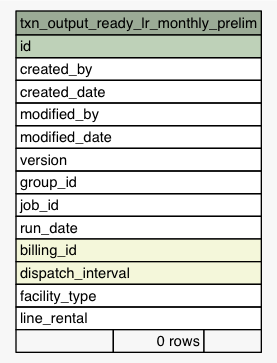
Above: Data/settlement/diagrams/summary/txn_output_ready_lr_monthly_prelim.1degree.png in eyana-m/python-data-dictionary-writer (Graphviz), before the change. Its source is kept beside it as Data/settlement/diagrams/summary/txn_output_ready_lr_monthly_prelim.1degree.dot. Its diagram source:
```dot
digraph "txn_output_ready_lr_monthly_prelim" {
  graph [
    rankdir="RL"
    bgcolor="#f7f7f7"
    nodesep="0.18"
    ranksep="0.46"
    fontname="Helvetica"
    fontsize="11"
  ];
  node [
    fontname="Helvetica"
    fontsize="11"
    shape="plaintext"
  ];
  edge [
    arrowsize="0.8"
  ];
  "txn_output_ready_lr_monthly_prelim" [
    label=<
    <TABLE BORDER="0" CELLBORDER="1" CELLSPACING="0" BGCOLOR="#ffffff">
      <TR><TD COLSPAN="3" BGCOLOR="#9bab96" ALIGN="CENTER">txn_output_ready_lr_monthly_prelim</TD></TR>
      <TR><TD PORT="id" COLSPAN="3" BGCOLOR="#bed1b8" ALIGN="LEFT">id</TD></TR>
      <TR><TD PORT="created_by" COLSPAN="3" ALIGN="LEFT">created_by</TD></TR>
      <TR><TD PORT="created_date" COLSPAN="3" ALIGN="LEFT">created_date</TD></TR>
      <TR><TD PORT="modified_by" COLSPAN="3" ALIGN="LEFT">modified_by</TD></TR>
      <TR><TD PORT="modified_date" COLSPAN="3" ALIGN="LEFT">modified_date</TD></TR>
      <TR><TD PORT="version" COLSPAN="3" ALIGN="LEFT">version</TD></TR>
      <TR><TD PORT="group_id" COLSPAN="3" ALIGN="LEFT">group_id</TD></TR>
      <TR><TD PORT="job_id" COLSPAN="3" ALIGN="LEFT">job_id</TD></TR>
      <TR><TD PORT="run_date" COLSPAN="3" ALIGN="LEFT">run_date</TD></TR>
      <TR><TD PORT="billing_id" COLSPAN="3" BGCOLOR="#f4f7da" ALIGN="LEFT">billing_id</TD></TR>
      <TR><TD PORT="dispatch_interval" COLSPAN="3" BGCOLOR="#f4f7da" ALIGN="LEFT">dispatch_interval</TD></TR>
      <TR><TD PORT="facility_type" COLSPAN="3" ALIGN="LEFT">facility_type</TD></TR>
      <TR><TD PORT="line_rental" COLSPAN="3" ALIGN="LEFT">line_rental</TD></TR>
      <TR><TD ALIGN="LEFT" BGCOLOR="#f7f7f7">  </TD><TD ALIGN="RIGHT" BGCOLOR="#f7f7f7">0 rows</TD><TD ALIGN="RIGHT" BGCOLOR="#f7f7f7">  </TD></TR>
    </TABLE>>
    URL="tables/txn_output_ready_lr_monthly_prelim.html"
    tooltip="txn_output_ready_lr_monthly_prelim"
  ];
}
```
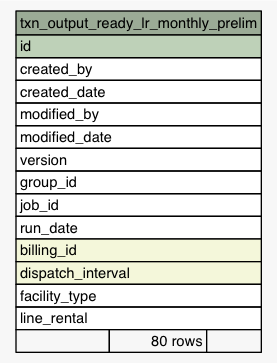
The same diagram one commit later.

The edit, as a diff of the source:
```diff
@@ -32,7 +32,7 @@
       <TR><TD PORT="dispatch_interval" COLSPAN="3" BGCOLOR="#f4f7da" ALIGN="LEFT">dispatch_interval</TD></TR>
       <TR><TD PORT="facility_type" COLSPAN="3" ALIGN="LEFT">facility_type</TD></TR>
       <TR><TD PORT="line_rental" COLSPAN="3" ALIGN="LEFT">line_rental</TD></TR>
-      <TR><TD ALIGN="LEFT" BGCOLOR="#f7f7f7">  </TD><TD ALIGN="RIGHT" BGCOLOR="#f7f7f7">0 rows</TD><TD ALIGN="RIGHT" BGCOLOR="#f7f7f7">  </TD></TR>
+      <TR><TD ALIGN="LEFT" BGCOLOR="#f7f7f7">  </TD><TD ALIGN="RIGHT" BGCOLOR="#f7f7f7">80 rows</TD><TD ALIGN="RIGHT" BGCOLOR="#f7f7f7">  </TD></TR>
     </TABLE>>
     URL="tables/txn_output_ready_lr_monthly_prelim.html"
     tooltip="txn_output_ready_lr_monthly_prelim"
```
